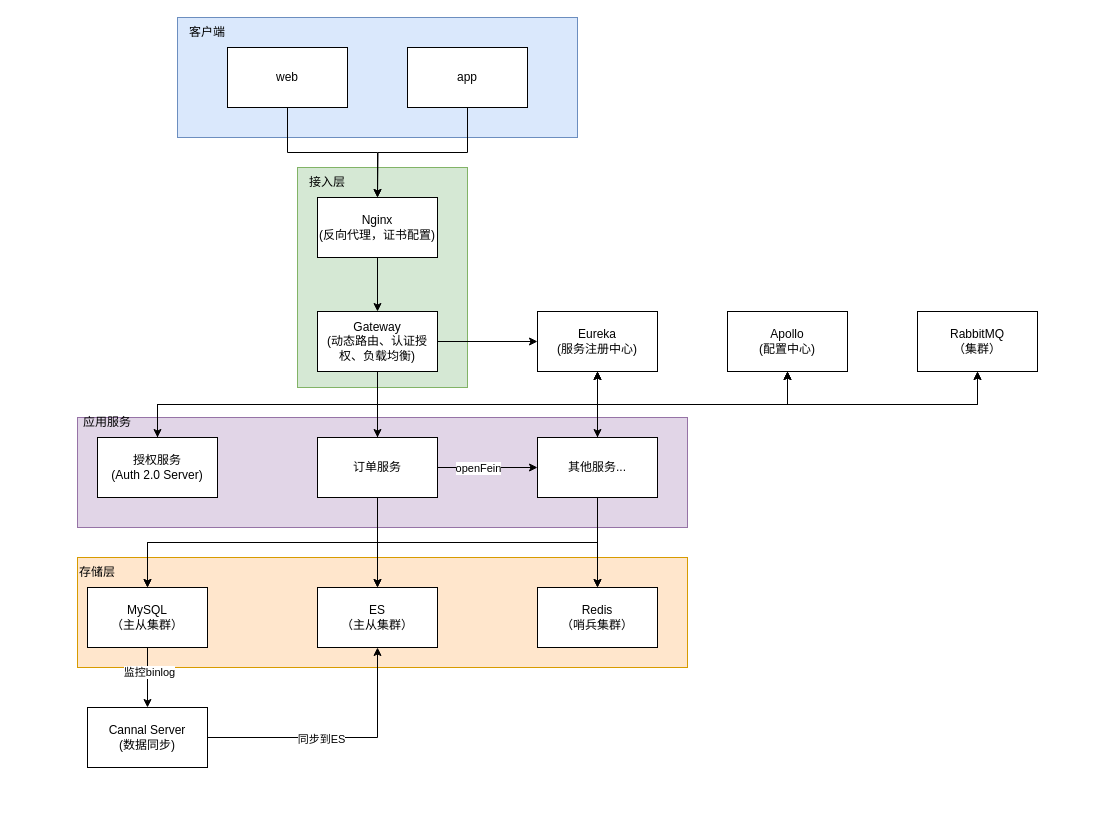
Earlier version of the draw.io diagram 立刻说项目架构.drawio (sinfar/draw). Source tidied: cells renumbered, new cells numbered last; positions are measured from the earlier drawing's top-left corner, leaving out a move shared by most shapes. Both pictures are drawn from the tidied source at 100%, with x=0, y=0 at pixel (67, 17).
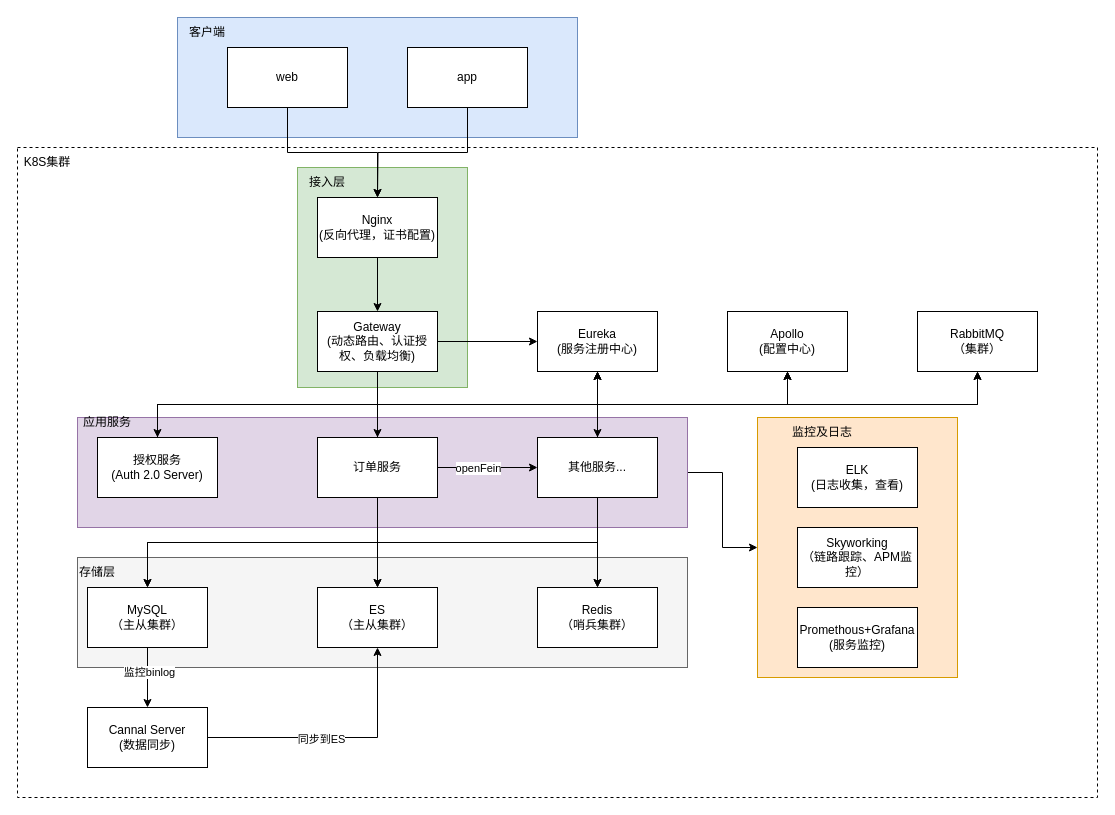
The same page after the edit.

Commit message (it also covers changes not shown here):
更新立刻说项目架构.drawio

Unchanged cells that the change refers to:
```xml
<mxCell id="4" style="rounded=0;whiteSpace=wrap;html=1;fillColor=#e1d5e7;strokeColor=#9673a6;" parent="1" vertex="1">
  <mxGeometry x="10" y="400" width="610" height="110" as="geometry" />
</mxCell>
```

What changed in the source:
```diff
@@
+    <mxCell id="51" style="rounded=0;whiteSpace=wrap;html=1;dashed=1;" parent="1" vertex="1">
+      <mxGeometry x="-50" y="130" width="1080" height="650" as="geometry" />
+    </mxCell>
+    <mxCell id="52" style="rounded=0;whiteSpace=wrap;html=1;fillColor=#ffe6cc;strokeColor=#d79b00;" parent="1" vertex="1">
+      <mxGeometry x="690" y="400" width="200" height="260" as="geometry" />
+    </mxCell>
-    <mxCell id="2" style="rounded=0;whiteSpace=wrap;html=1;fillColor=#ffe6cc;strokeColor=#d79b00;" parent="1" vertex="1">
+    <mxCell id="2" style="rounded=0;whiteSpace=wrap;html=1;fillColor=#f5f5f5;strokeColor=#666666;fontColor=#333333;" parent="1" vertex="1">
       <mxGeometry x="10" y="540" width="610" height="110" as="geometry" />
     </mxCell>
@@
+    <mxCell id="53" style="edgeStyle=orthogonalEdgeStyle;rounded=0;jettySize=auto;html=1;exitX=1;exitY=0.5;exitDx=0;exitDy=0;entryX=0;entryY=0.5;entryDx=0;entryDy=0;" parent="1" edge="1" source="4" target="52">
+      <mxGeometry relative="1" as="geometry" />
+    </mxCell>
@@
+    <mxCell id="54" value="K8S集群" style="text;html=1;align=center;verticalAlign=middle;whiteSpace=wrap;rounded=0;" parent="1" vertex="1">
+      <mxGeometry x="-50" y="130" width="60" height="30" as="geometry" />
+    </mxCell>
+    <mxCell id="55" value="ELK&lt;br&gt;(日志收集，查看)" style="rounded=0;whiteSpace=wrap;html=1;" parent="1" vertex="1">
+      <mxGeometry x="730" y="430" width="120" height="60" as="geometry" />
+    </mxCell>
+    <mxCell id="56" value="Skyworking&lt;br&gt;（链路跟踪、APM监控）" style="rounded=0;whiteSpace=wrap;html=1;" parent="1" vertex="1">
+      <mxGeometry x="730" y="510" width="120" height="60" as="geometry" />
+    </mxCell>
+    <mxCell id="57" value="Promethous+Grafana &lt;br&gt;(服务监控)" style="rounded=0;whiteSpace=wrap;html=1;" parent="1" vertex="1">
+      <mxGeometry x="730" y="590" width="120" height="60" as="geometry" />
+    </mxCell>
+    <mxCell id="58" value="监控及日志" style="text;html=1;align=center;verticalAlign=middle;whiteSpace=wrap;rounded=0;" parent="1" vertex="1">
+      <mxGeometry x="720" y="400" width="70" height="30" as="geometry" />
+    </mxCell>
```
